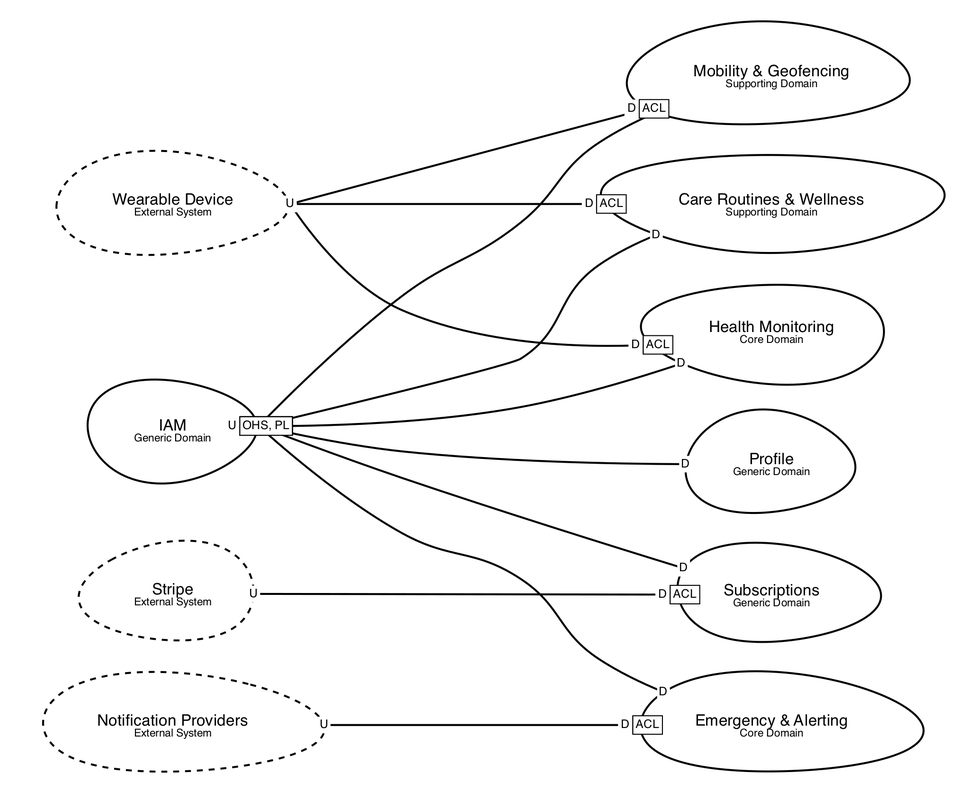
upc-pre-202620-1asi0238-13980-Healthify/guardian-plus-report keeps this Graphviz diagram as assets/images/chapterII/context-mapping/identity-external-context-map.png. Above is the earlier version. Its source is kept beside it as assets/images/chapterII/context-mapping/identity-external-context-map.dot. Its diagram source:
```dot
digraph "ContextMapGraph" {
graph ["pad"="0.3","nodesep"="0.7","ranksep"="1.1","dpi"="150"]
"CareRoutinesWellness" ["margin"="0.3","orientation"="178","shape"="egg","fontsize"="16","label"=<Care Routines &amp; Wellness<BR/><FONT POINT-SIZE="11">Supporting Domain</FONT>>,"style"="bold","fontname"="sans-serif"]
"EmergencyAlerting" ["margin"="0.3","orientation"="135","shape"="egg","fontsize"="16","label"=<Emergency &amp; Alerting<BR/><FONT POINT-SIZE="11">Core Domain</FONT>>,"style"="bold","fontname"="sans-serif"]
"HealthMonitoring" ["margin"="0.3","orientation"="318","shape"="egg","fontsize"="16","label"=<Health Monitoring<BR/><FONT POINT-SIZE="11">Core Domain</FONT>>,"style"="bold","fontname"="sans-serif"]
"IAM" ["margin"="0.3","orientation"="280","shape"="egg","fontsize"="16","label"=<IAM<BR/><FONT POINT-SIZE="11">Generic Domain</FONT>>,"style"="bold","fontname"="sans-serif"]
"Subscriptions" ["margin"="0.3","orientation"="149","shape"="egg","fontsize"="16","label"=<Subscriptions<BR/><FONT POINT-SIZE="11">Generic Domain</FONT>>,"style"="bold","fontname"="sans-serif"]
"Profile" ["margin"="0.3","orientation"="255","shape"="egg","fontsize"="16","label"=<Profile<BR/><FONT POINT-SIZE="11">Generic Domain</FONT>>,"style"="bold","fontname"="sans-serif"]
"MobilityGeofencing" ["margin"="0.3","orientation"="250","shape"="egg","fontsize"="16","label"=<Mobility &amp; Geofencing<BR/><FONT POINT-SIZE="11">Supporting Domain</FONT>>,"style"="bold","fontname"="sans-serif"]
"NotificationProviders" ["margin"="0.3","orientation"="141","shape"="egg","fontsize"="16","label"=<Notification Providers<BR/><FONT POINT-SIZE="11">External System</FONT>>,"style"="bold,dashed","fontname"="sans-serif"]
"Stripe" ["margin"="0.3","orientation"="219","shape"="egg","fontsize"="16","label"=<Stripe<BR/><FONT POINT-SIZE="11">External System</FONT>>,"style"="bold,dashed","fontname"="sans-serif"]
"WearableDevice" ["margin"="0.3","orientation"="263","shape"="egg","fontsize"="16","label"=<Wearable Device<BR/><FONT POINT-SIZE="11">External System</FONT>>,"style"="bold,dashed","fontname"="sans-serif"]
"IAM" -> "HealthMonitoring" ["sametail"="IAM","headlabel"=<<table cellspacing="0" cellborder="0" border="0">
<tr><td bgcolor="white">D</td></tr>
</table>>,"labeldistance"="0","fontsize"="12","taillabel"=<<table cellspacing="0" cellborder="1" border="0">
<tr><td bgcolor="white" sides="r">U</td><td sides="trbl" bgcolor="white"><font>OHS, PL</font></td></tr>
</table>>,"style"="bold","label"="                                        ","dir"="none","fontname"="sans-serif"]
"IAM" -> "Subscriptions" ["sametail"="IAM","headlabel"=<<table cellspacing="0" cellborder="0" border="0">
<tr><td bgcolor="white">D</td></tr>
</table>>,"labeldistance"="0","fontsize"="12","taillabel"=<<table cellspacing="0" cellborder="1" border="0">
<tr><td bgcolor="white" sides="r">U</td><td sides="trbl" bgcolor="white"><font>OHS, PL</font></td></tr>
</table>>,"style"="bold","label"="                                        ","dir"="none","fontname"="sans-serif"]
"IAM" -> "CareRoutinesWellness" ["sametail"="IAM","headlabel"=<<table cellspacing="0" cellborder="0" border="0">
<tr><td bgcolor="white">D</td></tr>
</table>>,"labeldistance"="0","fontsize"="12","taillabel"=<<table cellspacing="0" cellborder="1" border="0">
<tr><td bgcolor="white" sides="r">U</td><td sides="trbl" bgcolor="white"><font>OHS, PL</font></td></tr>
</table>>,"style"="bold","label"="                                        ","dir"="none","fontname"="sans-serif"]
"IAM" -> "Profile" ["sametail"="IAM","headlabel"=<<table cellspacing="0" cellborder="0" border="0">
<tr><td bgcolor="white">D</td></tr>
</table>>,"labeldistance"="0","fontsize"="12","taillabel"=<<table cellspacing="0" cellborder="1" border="0">
<tr><td bgcolor="white" sides="r">U</td><td sides="trbl" bgcolor="white"><font>OHS, PL</font></td></tr>
</table>>,"style"="bold","label"="                                        ","dir"="none","fontname"="sans-serif"]
"IAM" -> "EmergencyAlerting" ["sametail"="IAM","headlabel"=<<table cellspacing="0" cellborder="0" border="0">
<tr><td bgcolor="white">D</td></tr>
</table>>,"labeldistance"="0","fontsize"="12","taillabel"=<<table cellspacing="0" cellborder="1" border="0">
<tr><td bgcolor="white" sides="r">U</td><td sides="trbl" bgcolor="white"><font>OHS, PL</font></td></tr>
</table>>,"style"="bold","label"="                                        ","dir"="none","fontname"="sans-serif"]
"IAM" -> "MobilityGeofencing" ["sametail"="IAM","headlabel"=<<table cellspacing="0" cellborder="0" border="0">
<tr><td bgcolor="white">D</td></tr>
</table>>,"labeldistance"="0","fontsize"="12","taillabel"=<<table cellspacing="0" cellborder="1" border="0">
<tr><td bgcolor="white" sides="r">U</td><td sides="trbl" bgcolor="white"><font>OHS, PL</font></td></tr>
</table>>,"style"="bold","label"="                                        ","dir"="none","fontname"="sans-serif"]
"NotificationProviders" -> "EmergencyAlerting" ["headlabel"=<<table cellspacing="0" cellborder="1" border="0">
<tr><td bgcolor="white" sides="r">D</td><td sides="trbl" bgcolor="white"><font>ACL</font></td></tr>
</table>>,"labeldistance"="0","fontsize"="12","taillabel"=<<table cellspacing="0" cellborder="0" border="0">
<tr><td bgcolor="white">U</td></tr>
</table>>,"style"="bold","label"="                                        ","dir"="none","fontname"="sans-serif"]
"Stripe" -> "Subscriptions" ["headlabel"=<<table cellspacing="0" cellborder="1" border="0">
<tr><td bgcolor="white" sides="r">D</td><td sides="trbl" bgcolor="white"><font>ACL</font></td></tr>
</table>>,"labeldistance"="0","fontsize"="12","taillabel"=<<table cellspacing="0" cellborder="0" border="0">
<tr><td bgcolor="white">U</td></tr>
</table>>,"style"="bold","label"="                                        ","dir"="none","fontname"="sans-serif"]
"WearableDevice" -> "CareRoutinesWellness" ["sametail"="WearableDevice","headlabel"=<<table cellspacing="0" cellborder="1" border="0">
<tr><td bgcolor="white" sides="r">D</td><td sides="trbl" bgcolor="white"><font>ACL</font></td></tr>
</table>>,"labeldistance"="0","fontsize"="12","taillabel"=<<table cellspacing="0" cellborder="0" border="0">
<tr><td bgcolor="white">U</td></tr>
</table>>,"style"="bold","label"="                                        ","dir"="none","fontname"="sans-serif"]
"WearableDevice" -> "MobilityGeofencing" ["sametail"="WearableDevice","headlabel"=<<table cellspacing="0" cellborder="1" border="0">
<tr><td bgcolor="white" sides="r">D</td><td sides="trbl" bgcolor="white"><font>ACL</font></td></tr>
</table>>,"labeldistance"="0","fontsize"="12","taillabel"=<<table cellspacing="0" cellborder="0" border="0">
<tr><td bgcolor="white">U</td></tr>
</table>>,"style"="bold","label"="                                        ","dir"="none","fontname"="sans-serif"]
"WearableDevice" -> "HealthMonitoring" ["sametail"="WearableDevice","headlabel"=<<table cellspacing="0" cellborder="1" border="0">
<tr><td bgcolor="white" sides="r">D</td><td sides="trbl" bgcolor="white"><font>ACL</font></td></tr>
</table>>,"labeldistance"="0","fontsize"="12","taillabel"=<<table cellspacing="0" cellborder="0" border="0">
<tr><td bgcolor="white">U</td></tr>
</table>>,"style"="bold","label"="                                        ","dir"="none","fontname"="sans-serif"]
graph ["rankdir"="LR","ranksep"="2.2","nodesep"="0.35"]
}
```
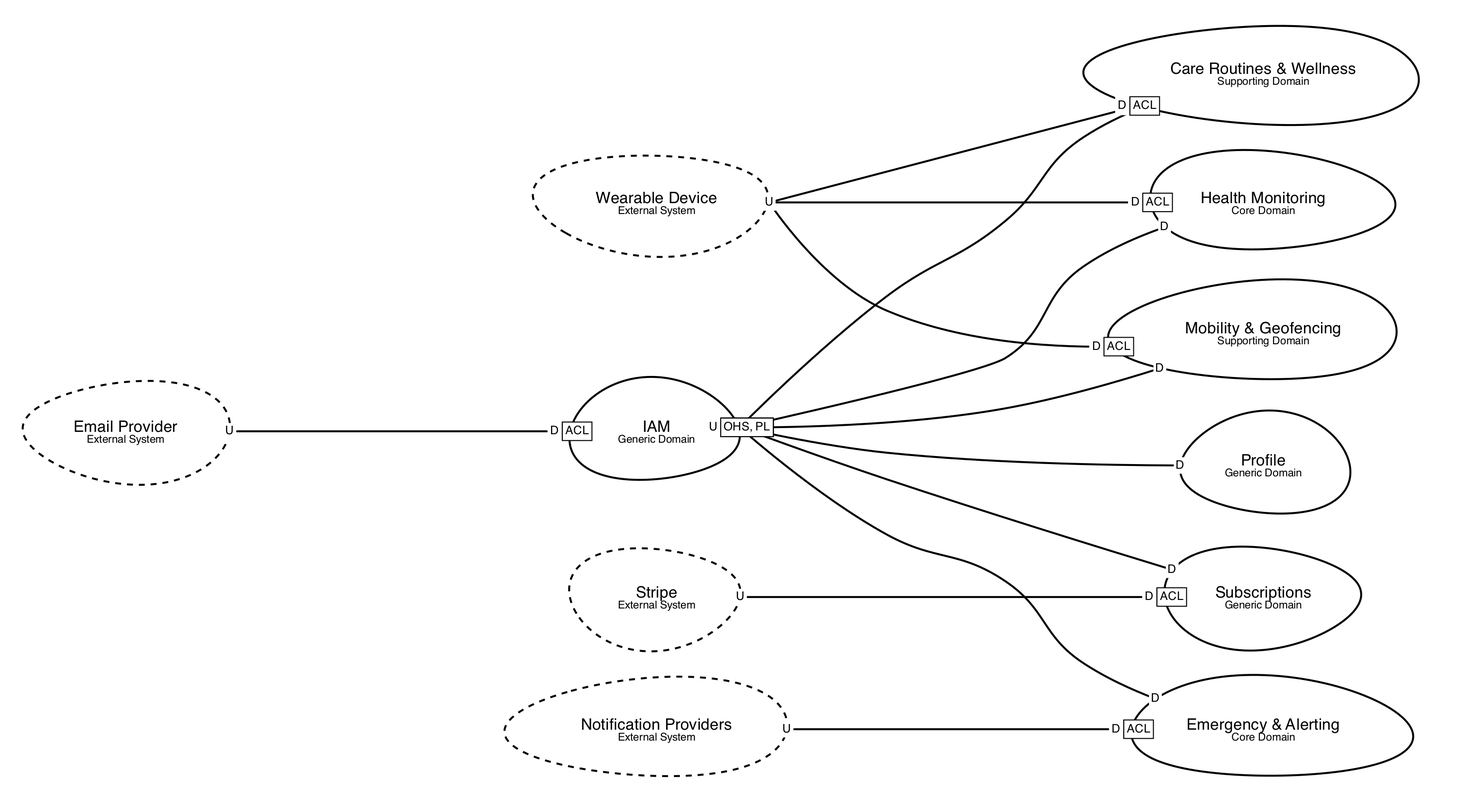
Later version of the same file.

Commit message:
docs(chapterII): add Email Provider and Profile to Mobility relationships to the context map

Diff of the diagram source:
```diff
@@ -1,21 +1,27 @@
 digraph "ContextMapGraph" {
 graph ["pad"="0.3","nodesep"="0.7","ranksep"="1.1","dpi"="150"]
-"CareRoutinesWellness" ["margin"="0.3","orientation"="178","shape"="egg","fontsize"="16","label"=<Care Routines &amp; Wellness<BR/><FONT POINT-SIZE="11">Supporting Domain</FONT>>,"style"="bold","fontname"="sans-serif"]
-"EmergencyAlerting" ["margin"="0.3","orientation"="135","shape"="egg","fontsize"="16","label"=<Emergency &amp; Alerting<BR/><FONT POINT-SIZE="11">Core Domain</FONT>>,"style"="bold","fontname"="sans-serif"]
-"HealthMonitoring" ["margin"="0.3","orientation"="318","shape"="egg","fontsize"="16","label"=<Health Monitoring<BR/><FONT POINT-SIZE="11">Core Domain</FONT>>,"style"="bold","fontname"="sans-serif"]
-"IAM" ["margin"="0.3","orientation"="280","shape"="egg","fontsize"="16","label"=<IAM<BR/><FONT POINT-SIZE="11">Generic Domain</FONT>>,"style"="bold","fontname"="sans-serif"]
-"Subscriptions" ["margin"="0.3","orientation"="149","shape"="egg","fontsize"="16","label"=<Subscriptions<BR/><FONT POINT-SIZE="11">Generic Domain</FONT>>,"style"="bold","fontname"="sans-serif"]
-"Profile" ["margin"="0.3","orientation"="255","shape"="egg","fontsize"="16","label"=<Profile<BR/><FONT POINT-SIZE="11">Generic Domain</FONT>>,"style"="bold","fontname"="sans-serif"]
-"MobilityGeofencing" ["margin"="0.3","orientation"="250","shape"="egg","fontsize"="16","label"=<Mobility &amp; Geofencing<BR/><FONT POINT-SIZE="11">Supporting Domain</FONT>>,"style"="bold","fontname"="sans-serif"]
-"NotificationProviders" ["margin"="0.3","orientation"="141","shape"="egg","fontsize"="16","label"=<Notification Providers<BR/><FONT POINT-SIZE="11">External System</FONT>>,"style"="bold,dashed","fontname"="sans-serif"]
-"Stripe" ["margin"="0.3","orientation"="219","shape"="egg","fontsize"="16","label"=<Stripe<BR/><FONT POINT-SIZE="11">External System</FONT>>,"style"="bold,dashed","fontname"="sans-serif"]
-"WearableDevice" ["margin"="0.3","orientation"="263","shape"="egg","fontsize"="16","label"=<Wearable Device<BR/><FONT POINT-SIZE="11">External System</FONT>>,"style"="bold,dashed","fontname"="sans-serif"]
-"IAM" -> "HealthMonitoring" ["sametail"="IAM","headlabel"=<<table cellspacing="0" cellborder="0" border="0">
+"CareRoutinesWellness" ["margin"="0.3","orientation"="330","shape"="egg","fontsize"="16","label"=<Care Routines &amp; Wellness<BR/><FONT POINT-SIZE="11">Supporting Domain</FONT>>,"style"="bold","fontname"="sans-serif"]
+"EmailProvider" ["margin"="0.3","orientation"="80","shape"="egg","fontsize"="16","label"=<Email Provider<BR/><FONT POINT-SIZE="11">External System</FONT>>,"style"="bold,dashed","fontname"="sans-serif"]
+"IAM" ["margin"="0.3","orientation"="250","shape"="egg","fontsize"="16","label"=<IAM<BR/><FONT POINT-SIZE="11">Generic Domain</FONT>>,"style"="bold","fontname"="sans-serif"]
+"MobilityGeofencing" ["margin"="0.3","orientation"="221","shape"="egg","fontsize"="16","label"=<Mobility &amp; Geofencing<BR/><FONT POINT-SIZE="11">Supporting Domain</FONT>>,"style"="bold","fontname"="sans-serif"]
+"EmergencyAlerting" ["margin"="0.3","orientation"="128","shape"="egg","fontsize"="16","label"=<Emergency &amp; Alerting<BR/><FONT POINT-SIZE="11">Core Domain</FONT>>,"style"="bold","fontname"="sans-serif"]
+"Profile" ["margin"="0.3","orientation"="109","shape"="egg","fontsize"="16","label"=<Profile<BR/><FONT POINT-SIZE="11">Generic Domain</FONT>>,"style"="bold","fontname"="sans-serif"]
+"HealthMonitoring" ["margin"="0.3","orientation"="146","shape"="egg","fontsize"="16","label"=<Health Monitoring<BR/><FONT POINT-SIZE="11">Core Domain</FONT>>,"style"="bold","fontname"="sans-serif"]
+"Subscriptions" ["margin"="0.3","orientation"="280","shape"="egg","fontsize"="16","label"=<Subscriptions<BR/><FONT POINT-SIZE="11">Generic Domain</FONT>>,"style"="bold","fontname"="sans-serif"]
+"NotificationProviders" ["margin"="0.3","orientation"="215","shape"="egg","fontsize"="16","label"=<Notification Providers<BR/><FONT POINT-SIZE="11">External System</FONT>>,"style"="bold,dashed","fontname"="sans-serif"]
+"Stripe" ["margin"="0.3","orientation"="289","shape"="egg","fontsize"="16","label"=<Stripe<BR/><FONT POINT-SIZE="11">External System</FONT>>,"style"="bold,dashed","fontname"="sans-serif"]
+"WearableDevice" ["margin"="0.3","orientation"="303","shape"="egg","fontsize"="16","label"=<Wearable Device<BR/><FONT POINT-SIZE="11">External System</FONT>>,"style"="bold,dashed","fontname"="sans-serif"]
+"EmailProvider" -> "IAM" ["headlabel"=<<table cellspacing="0" cellborder="1" border="0">
+<tr><td bgcolor="white" sides="r">D</td><td sides="trbl" bgcolor="white"><font>ACL</font></td></tr>
+</table>>,"labeldistance"="0","fontsize"="12","taillabel"=<<table cellspacing="0" cellborder="0" border="0">
+<tr><td bgcolor="white">U</td></tr>
+</table>>,"style"="bold","label"="                                        ","dir"="none","fontname"="sans-serif"]
+"IAM" -> "MobilityGeofencing" ["sametail"="IAM","headlabel"=<<table cellspacing="0" cellborder="0" border="0">
 <tr><td bgcolor="white">D</td></tr>
 </table>>,"labeldistance"="0","fontsize"="12","taillabel"=<<table cellspacing="0" cellborder="1" border="0">
 <tr><td bgcolor="white" sides="r">U</td><td sides="trbl" bgcolor="white"><font>OHS, PL</font></td></tr>
 </table>>,"style"="bold","label"="                                        ","dir"="none","fontname"="sans-serif"]
-"IAM" -> "Subscriptions" ["sametail"="IAM","headlabel"=<<table cellspacing="0" cellborder="0" border="0">
+"IAM" -> "EmergencyAlerting" ["sametail"="IAM","headlabel"=<<table cellspacing="0" cellborder="0" border="0">
 <tr><td bgcolor="white">D</td></tr>
 </table>>,"labeldistance"="0","fontsize"="12","taillabel"=<<table cellspacing="0" cellborder="1" border="0">
 <tr><td bgcolor="white" sides="r">U</td><td sides="trbl" bgcolor="white"><font>OHS, PL</font></td></tr>
@@ -30,12 +36,12 @@
 </table>>,"labeldistance"="0","fontsize"="12","taillabel"=<<table cellspacing="0" cellborder="1" border="0">
 <tr><td bgcolor="white" sides="r">U</td><td sides="trbl" bgcolor="white"><font>OHS, PL</font></td></tr>
 </table>>,"style"="bold","label"="                                        ","dir"="none","fontname"="sans-serif"]
-"IAM" -> "EmergencyAlerting" ["sametail"="IAM","headlabel"=<<table cellspacing="0" cellborder="0" border="0">
+"IAM" -> "HealthMonitoring" ["sametail"="IAM","headlabel"=<<table cellspacing="0" cellborder="0" border="0">
 <tr><td bgcolor="white">D</td></tr>
 </table>>,"labeldistance"="0","fontsize"="12","taillabel"=<<table cellspacing="0" cellborder="1" border="0">
 <tr><td bgcolor="white" sides="r">U</td><td sides="trbl" bgcolor="white"><font>OHS, PL</font></td></tr>
 </table>>,"style"="bold","label"="                                        ","dir"="none","fontname"="sans-serif"]
-"IAM" -> "MobilityGeofencing" ["sametail"="IAM","headlabel"=<<table cellspacing="0" cellborder="0" border="0">
+"IAM" -> "Subscriptions" ["sametail"="IAM","headlabel"=<<table cellspacing="0" cellborder="0" border="0">
 <tr><td bgcolor="white">D</td></tr>
 </table>>,"labeldistance"="0","fontsize"="12","taillabel"=<<table cellspacing="0" cellborder="1" border="0">
 <tr><td bgcolor="white" sides="r">U</td><td sides="trbl" bgcolor="white"><font>OHS, PL</font></td></tr>
@@ -50,6 +56,11 @@
 </table>>,"labeldistance"="0","fontsize"="12","taillabel"=<<table cellspacing="0" cellborder="0" border="0">
 <tr><td bgcolor="white">U</td></tr>
 </table>>,"style"="bold","label"="                                        ","dir"="none","fontname"="sans-serif"]
+"WearableDevice" -> "HealthMonitoring" ["sametail"="WearableDevice","headlabel"=<<table cellspacing="0" cellborder="1" border="0">
+<tr><td bgcolor="white" sides="r">D</td><td sides="trbl" bgcolor="white"><font>ACL</font></td></tr>
+</table>>,"labeldistance"="0","fontsize"="12","taillabel"=<<table cellspacing="0" cellborder="0" border="0">
+<tr><td bgcolor="white">U</td></tr>
+</table>>,"style"="bold","label"="                                        ","dir"="none","fontname"="sans-serif"]
 "WearableDevice" -> "CareRoutinesWellness" ["sametail"="WearableDevice","headlabel"=<<table cellspacing="0" cellborder="1" border="0">
 <tr><td bgcolor="white" sides="r">D</td><td sides="trbl" bgcolor="white"><font>ACL</font></td></tr>
 </table>>,"labeldistance"="0","fontsize"="12","taillabel"=<<table cellspacing="0" cellborder="0" border="0">
@@ -60,10 +71,5 @@
 </table>>,"labeldistance"="0","fontsize"="12","taillabel"=<<table cellspacing="0" cellborder="0" border="0">
 <tr><td bgcolor="white">U</td></tr>
 </table>>,"style"="bold","label"="                                        ","dir"="none","fontname"="sans-serif"]
-"WearableDevice" -> "HealthMonitoring" ["sametail"="WearableDevice","headlabel"=<<table cellspacing="0" cellborder="1" border="0">
-<tr><td bgcolor="white" sides="r">D</td><td sides="trbl" bgcolor="white"><font>ACL</font></td></tr>
-</table>>,"labeldistance"="0","fontsize"="12","taillabel"=<<table cellspacing="0" cellborder="0" border="0">
-<tr><td bgcolor="white">U</td></tr>
-</table>>,"style"="bold","label"="                                        ","dir"="none","fontname"="sans-serif"]
 graph ["rankdir"="LR","ranksep"="2.2","nodesep"="0.35"]
 }
```
